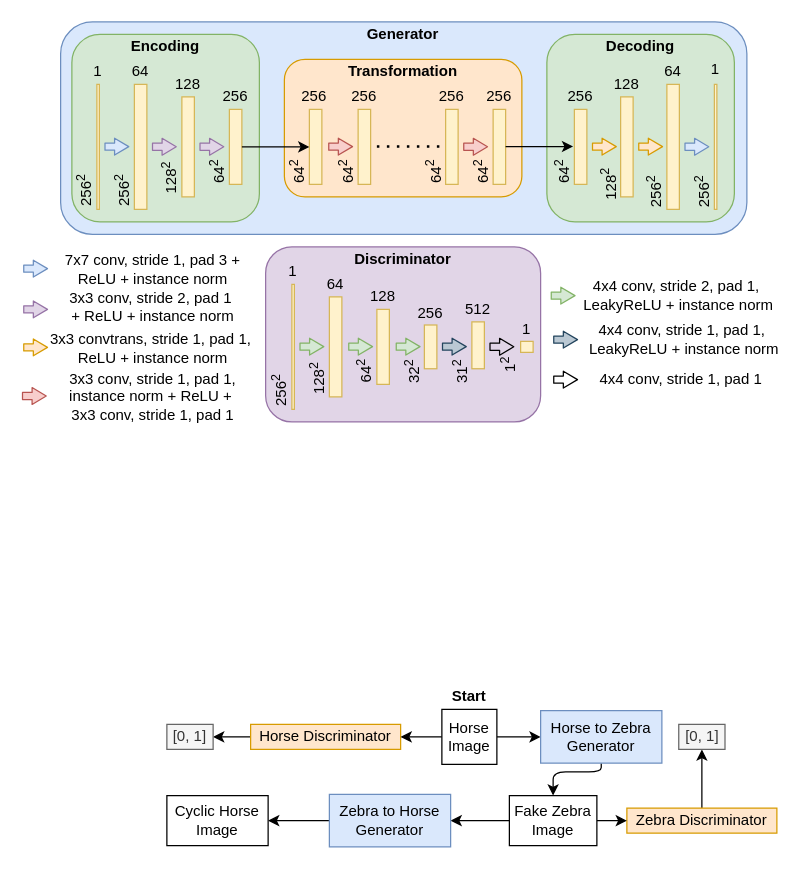
This is figures/Cycle GAN.drawio from simonamtoft/dl-computer-vision, a draw.io file, before an edit. Source tidied: cells renumbered, new cells numbered last; positions are measured from the earlier drawing's top-left corner, leaving out a move shared by most shapes. Both pictures are drawn from the tidied source at 125%, with x=0, y=0 at pixel (21, 21).
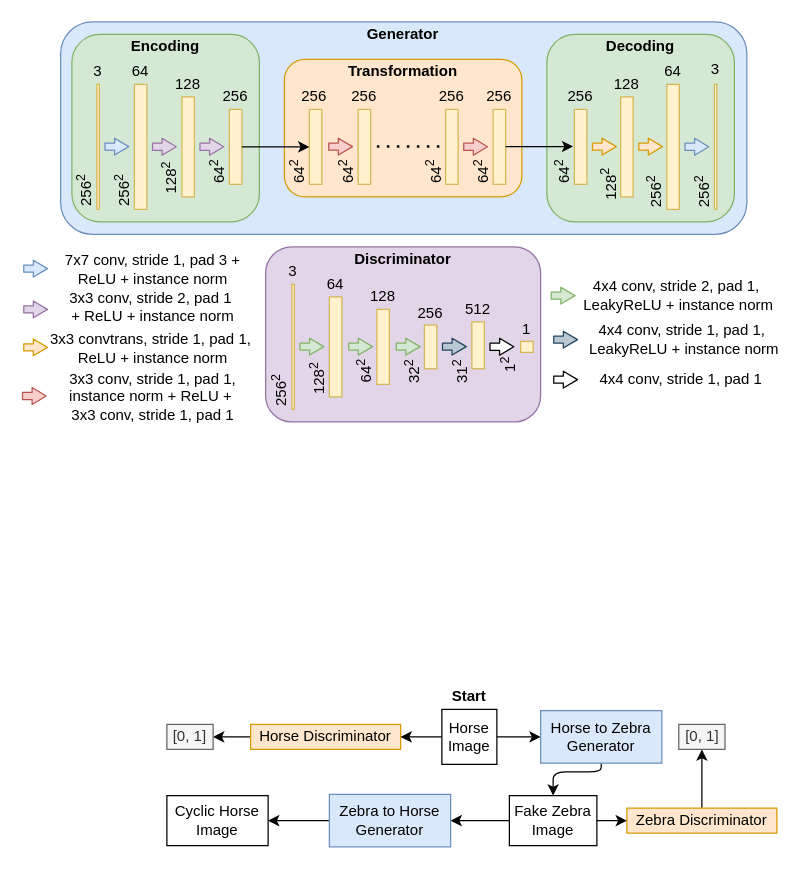
The same diagram, later.

Diff of the diagram source:
```diff
@@
-    <mxCell id="16" value="1" style="text;html=1;strokeColor=none;fillColor=none;align=center;verticalAlign=middle;whiteSpace=wrap;rounded=0;" parent="1" vertex="1">
+    <mxCell id="16" value="3" style="text;html=1;strokeColor=none;fillColor=none;align=center;verticalAlign=middle;whiteSpace=wrap;rounded=0;" parent="1" vertex="1">
       <mxGeometry x="41" y="30" width="40" height="20" as="geometry" />
     </mxCell>
@@
-    <mxCell id="49" value="1" style="text;html=1;strokeColor=none;fillColor=none;align=center;verticalAlign=middle;whiteSpace=wrap;rounded=0;" parent="1" vertex="1">
+    <mxCell id="49" value="3" style="text;html=1;strokeColor=none;fillColor=none;align=center;verticalAlign=middle;whiteSpace=wrap;rounded=0;" parent="1" vertex="1">
       <mxGeometry x="535" y="27.5" width="40" height="20" as="geometry" />
     </mxCell>
@@
-    <mxCell id="69" style="shape=flexArrow;endArrow=classic;html=1;width=5.714285714285714;endSize=3.442857142857143;endWidth=6.802721088435374;rounded=1;shadow=0;sketch=0;startSize=6;" parent="1" edge="1">
+    <mxCell id="69" style="shape=flexArrow;endArrow=classic;html=1;width=5.714285714285714;endSize=3.442857142857143;endWidth=6.802721088435374;rounded=1;shadow=0;sketch=0;startSize=6;fillColor=#ffffff;" parent="1" edge="1">
       <mxGeometry relative="1" as="geometry">
         <mxPoint x="425" y="286.2" as="sourcePoint" />
         <mxPoint x="445" y="286.2" as="targetPoint" />
       </mxGeometry>
     </mxCell>
@@
-    <mxCell id="72" value="1" style="text;html=1;strokeColor=none;fillColor=none;align=center;verticalAlign=middle;whiteSpace=wrap;rounded=0;" parent="1" vertex="1">
+    <mxCell id="72" value="3" style="text;html=1;strokeColor=none;fillColor=none;align=center;verticalAlign=middle;whiteSpace=wrap;rounded=0;" parent="1" vertex="1">
       <mxGeometry x="196.5" y="190" width="40" height="20" as="geometry" />
     </mxCell>
@@
-    <mxCell id="92" style="shape=flexArrow;endArrow=classic;html=1;width=5.714285714285714;endSize=3.442857142857143;endWidth=6.802721088435374;rounded=1;shadow=0;sketch=0;startSize=6;" parent="1" edge="1">
+    <mxCell id="92" style="shape=flexArrow;endArrow=classic;html=1;width=5.714285714285714;endSize=3.442857142857143;endWidth=6.802721088435374;rounded=1;shadow=0;sketch=0;startSize=6;fillColor=#ffffff;" parent="1" edge="1">
       <mxGeometry relative="1" as="geometry">
         <mxPoint x="374" y="259.9" as="sourcePoint" />
         <mxPoint x="394" y="259.9" as="targetPoint" />
       </mxGeometry>
     </mxCell>
```
